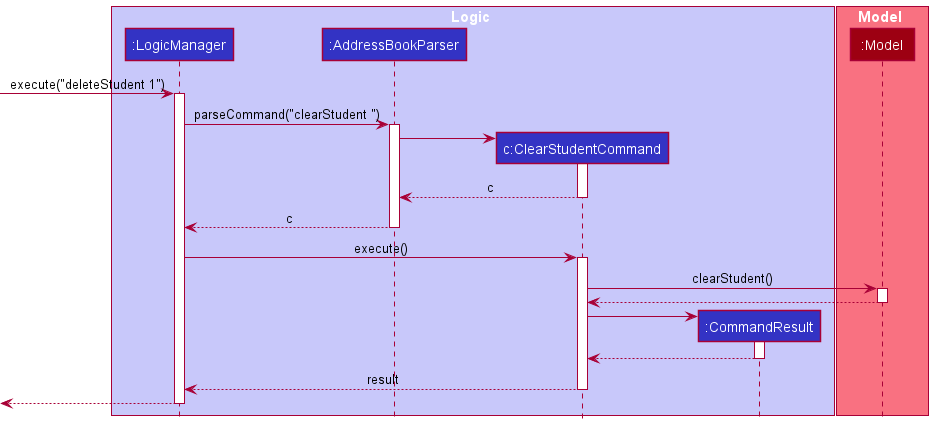
This is docs/images/ClearSequenceDiagram.png from random689/tp, a PlantUML export, as it was before one commit.
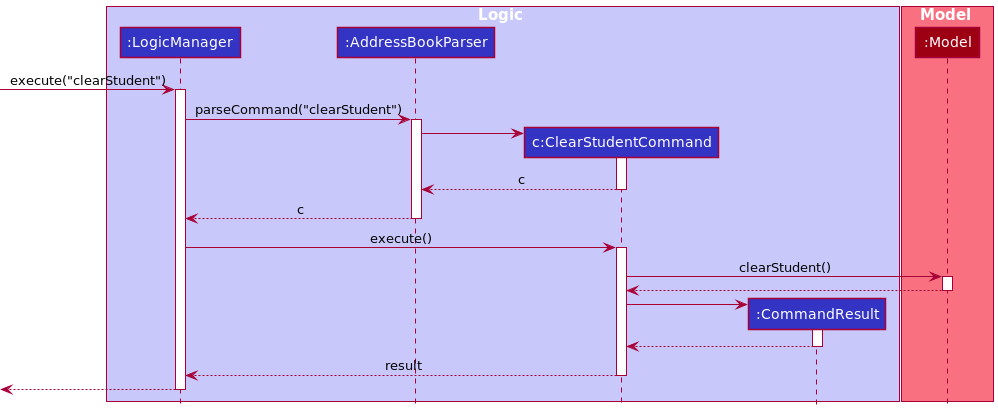
The same diagram one commit later.

Commit message:
Fix deleteStudent 1 in clearStudent diagram

The edit, as a diff of the source:
```diff
@@ -12,10 +12,10 @@
 participant ":Model" as Model MODEL_COLOR
 end box
 
-[-> LogicManager : execute("deleteStudent 1")
+[-> LogicManager : execute("clearStudent")
 activate LogicManager
 
-LogicManager -> AddressBookParser : parseCommand("clearStudent ")
+LogicManager -> AddressBookParser : parseCommand("clearStudent")
 activate AddressBookParser
 
 create ClearStudentCommand
```
